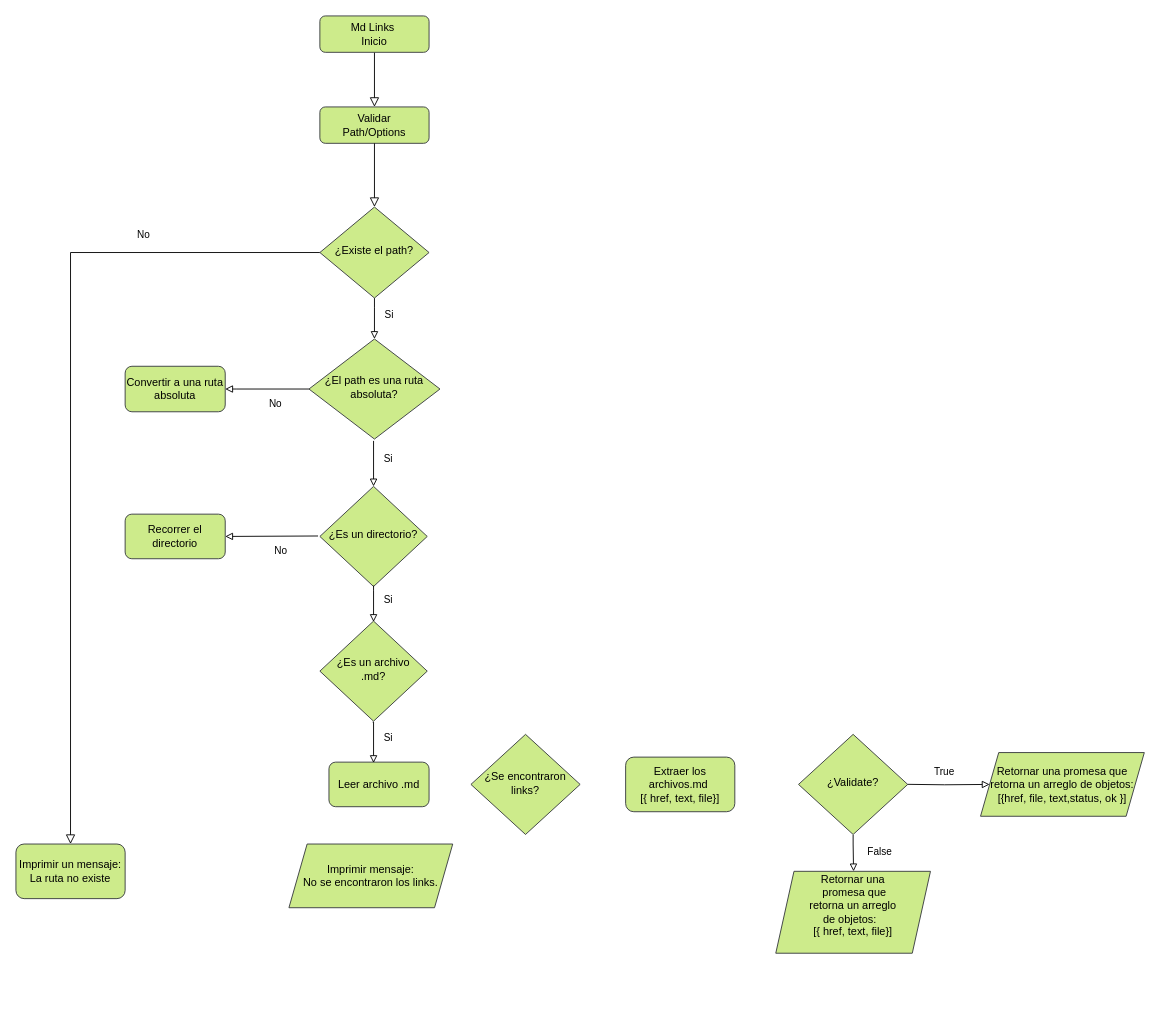
The draw.io diagram Diagrama sin título.drawio in Laboratoria/DEV003-md-links, before the edit. Source tidied: cells renumbered, new cells numbered last; positions are measured from the earlier drawing's top-left corner, leaving out a move shared by most shapes. Both pictures are drawn from the tidied source at 91%, with x=0, y=0 at pixel (15, 15).
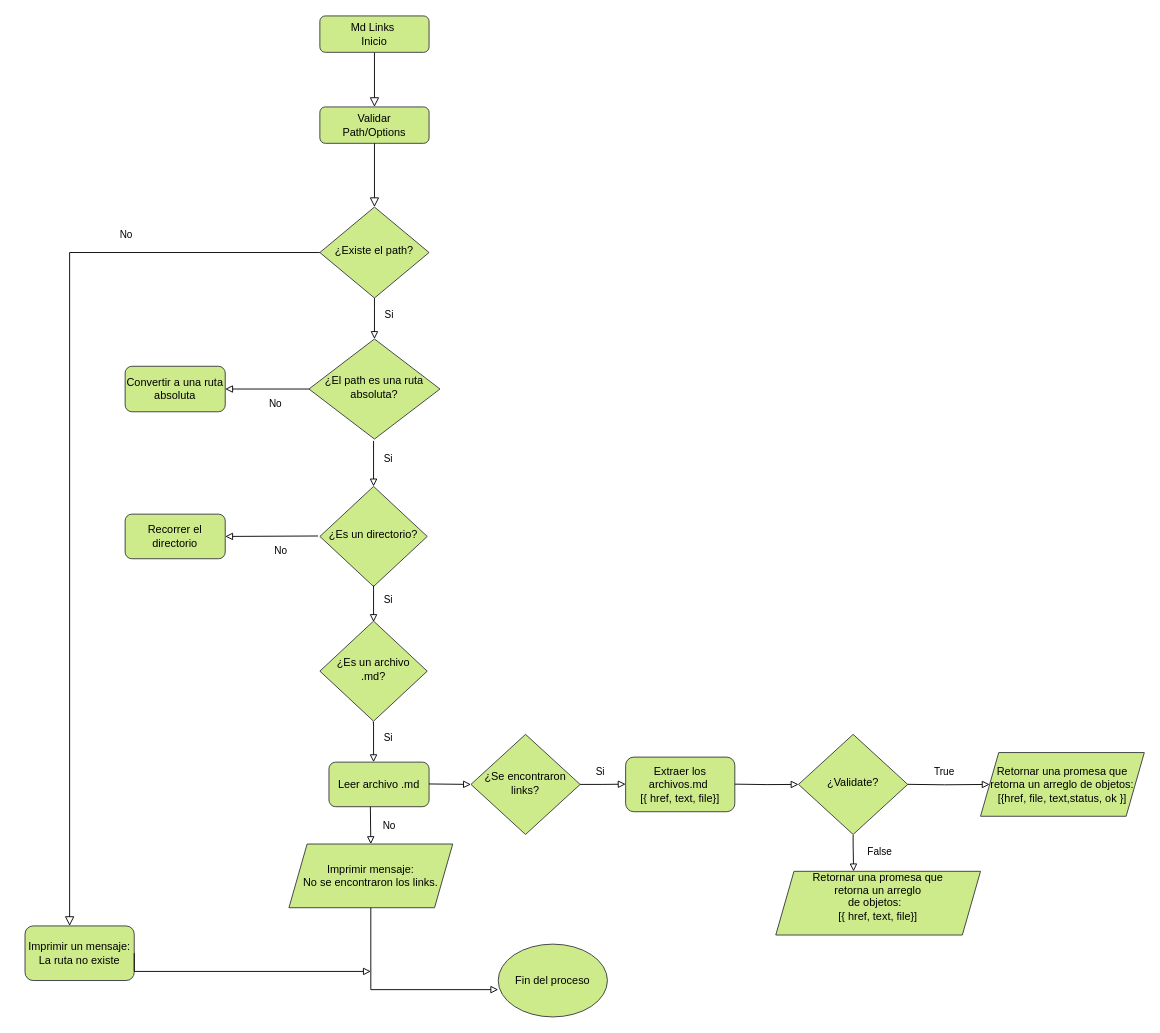
After the change.

Commit message (it also covers changes not shown here):
Actualizar Diagrama Flujo API.drawio

Unchanged cells that the change refers to:
```xml
<mxCell id="7" value="¿Existe el path?" style="rhombus;whiteSpace=wrap;html=1;shadow=0;fontFamily=Helvetica;fontSize=12;align=center;strokeWidth=1;spacing=6;spacingTop=-4;fillColor=#cdeb8b;strokeColor=#36393d;" parent="1" vertex="1">
  <mxGeometry x="334" y="210" width="120" height="100" as="geometry" />
</mxCell>
<mxCell id="17" value="¿Se encontraron links?" style="rhombus;whiteSpace=wrap;html=1;shadow=0;fontFamily=Helvetica;fontSize=12;align=center;strokeWidth=1;spacing=6;spacingTop=-4;fillColor=#cdeb8b;strokeColor=#36393d;" parent="1" vertex="1">
  <mxGeometry x="500" y="789.5" width="120" height="110" as="geometry" />
</mxCell>
<mxCell id="18" value="Imprimir mensaje:&lt;br&gt;No se encontraron los links." style="shape=parallelogram;perimeter=parallelogramPerimeter;whiteSpace=wrap;html=1;fixedSize=1;fillColor=#cdeb8b;strokeColor=#36393d;" parent="1" vertex="1">
  <mxGeometry x="300" y="910" width="180" height="70" as="geometry" />
</mxCell>
<mxCell id="21" value="¿Validate?" style="rhombus;whiteSpace=wrap;html=1;shadow=0;fontFamily=Helvetica;fontSize=12;align=center;strokeWidth=1;spacing=6;spacingTop=-4;fillColor=#cdeb8b;strokeColor=#36393d;" parent="1" vertex="1">
  <mxGeometry x="860" y="789.5" width="120" height="110" as="geometry" />
</mxCell>
```

The edit, as a diff of the source:
```diff
@@
-    <mxCell id="4" value="No" style="rounded=0;html=1;jettySize=auto;fontSize=11;endArrow=block;endFill=0;endSize=8;strokeWidth=1;shadow=0;labelBackgroundColor=none;edgeStyle=orthogonalEdgeStyle;exitX=0;exitY=0.5;exitDx=0;exitDy=0;entryX=0.5;entryY=0;entryDx=0;entryDy=0;" parent="1" edge="1" source="7" target="19">
+    <mxCell id="4" value="No" style="rounded=0;html=1;jettySize=auto;fontSize=11;endArrow=block;endFill=0;endSize=8;strokeWidth=1;shadow=0;labelBackgroundColor=none;edgeStyle=orthogonalEdgeStyle;exitX=0;exitY=0.5;exitDx=0;exitDy=0;" parent="1" edge="1" source="7">
       <mxGeometry x="-0.58" y="-20" relative="1" as="geometry">
+        <mxPoint x="59" y="1000" as="targetPoint" />
         <Array as="points">
-          <mxPoint x="60" y="260" />
+          <mxPoint x="59" y="260" />
         </Array>
       </mxGeometry>
     </mxCell>
@@
     <mxCell id="19" value="Imprimir un mensaje: La ruta no existe" style="rounded=1;whiteSpace=wrap;html=1;fillColor=#cdeb8b;strokeColor=#36393d;" parent="1" vertex="1">
-      <mxGeometry y="910" width="120" height="60" as="geometry" />
+      <mxGeometry x="10" y="1000" width="120" height="60" as="geometry" />
     </mxCell>
@@
-    <mxCell id="23" value="Retornar una&lt;br&gt;&amp;nbsp;promesa que&lt;br&gt;retorna un arreglo&lt;br&gt;&amp;nbsp;de objetos:&amp;nbsp; &amp;nbsp; &lt;br&gt;[{ href, text, file}]&lt;br&gt;&amp;nbsp;" style="shape=parallelogram;perimeter=parallelogramPerimeter;whiteSpace=wrap;html=1;fixedSize=1;fillColor=#cdeb8b;strokeColor=#36393d;" parent="1" vertex="1">
-      <mxGeometry x="835" y="940" width="170" height="90" as="geometry" />
+    <mxCell id="23" value="Retornar una promesa que&lt;br&gt;retorna un arreglo&lt;br&gt;&amp;nbsp;de objetos:&amp;nbsp; &amp;nbsp; &lt;br&gt;[{ href, text, file}]&lt;br&gt;&amp;nbsp;" style="shape=parallelogram;perimeter=parallelogramPerimeter;whiteSpace=wrap;html=1;fixedSize=1;fillColor=#cdeb8b;strokeColor=#36393d;" parent="1" vertex="1">
+      <mxGeometry x="835" y="940" width="225" height="70" as="geometry" />
     </mxCell>
@@
-    <mxCell id="25" value="Si" style="rounded=0;html=1;jettySize=auto;orthogonalLoop=1;fontSize=11;endArrow=block;endFill=0;strokeWidth=1;shadow=0;labelBackgroundColor=none;edgeStyle=orthogonalEdgeStyle;entryX=0.5;entryY=0;entryDx=0;entryDy=0;entryPerimeter=0;exitX=0.5;exitY=1;exitDx=0;exitDy=0;" parent="1" edge="1">
+    <mxCell id="25" value="Si" style="rounded=0;html=1;jettySize=auto;orthogonalLoop=1;fontSize=11;endArrow=block;endFill=0;strokeWidth=1;shadow=0;labelBackgroundColor=none;edgeStyle=orthogonalEdgeStyle;exitX=0.5;exitY=1;exitDx=0;exitDy=0;" parent="1" edge="1">
       <mxGeometry x="-0.2" y="16" relative="1" as="geometry">
         <mxPoint x="392" y="776" as="sourcePoint" />
-        <mxPoint x="393" y="821" as="targetPoint" />
+        <mxPoint x="393" y="820" as="targetPoint" />
         <Array as="points">
           <mxPoint x="393" y="776" />
         </Array>
       </mxGeometry>
     </mxCell>
@@
+    <mxCell id="29" style="rounded=0;html=1;jettySize=auto;fontSize=11;endArrow=block;endFill=0;strokeWidth=1;shadow=0;labelBackgroundColor=none;edgeStyle=orthogonalEdgeStyle;jumpSize=4;entryX=0;entryY=0.5;entryDx=0;entryDy=0;" parent="1" edge="1" target="21">
+      <mxGeometry x="-0.11" y="14" relative="1" as="geometry">
+        <mxPoint x="790" y="844.2" as="sourcePoint" />
+      </mxGeometry>
+    </mxCell>
+    <mxCell id="30" value="Si" style="rounded=0;html=1;jettySize=auto;fontSize=11;endArrow=block;endFill=0;strokeWidth=1;shadow=0;labelBackgroundColor=none;edgeStyle=orthogonalEdgeStyle;jumpSize=4;exitX=1;exitY=0.5;exitDx=0;exitDy=0;" parent="1" edge="1" source="17">
+      <mxGeometry x="-0.11" y="14" relative="1" as="geometry">
+        <mxPoint x="670" y="844.2" as="targetPoint" />
+      </mxGeometry>
+    </mxCell>
+    <mxCell id="31" style="rounded=0;html=1;jettySize=auto;fontSize=11;endArrow=block;endFill=0;strokeWidth=1;shadow=0;labelBackgroundColor=none;edgeStyle=orthogonalEdgeStyle;jumpSize=4;entryX=0;entryY=0.5;entryDx=0;entryDy=0;" parent="1" edge="1" target="17">
+      <mxGeometry x="-0.11" y="14" relative="1" as="geometry">
+        <mxPoint x="454" y="844" as="sourcePoint" />
+      </mxGeometry>
+    </mxCell>
+    <mxCell id="32" value="No" style="rounded=0;html=1;jettySize=auto;orthogonalLoop=1;fontSize=11;endArrow=block;endFill=0;strokeWidth=1;shadow=0;labelBackgroundColor=none;edgeStyle=orthogonalEdgeStyle;exitX=0.5;exitY=1;exitDx=0;exitDy=0;" parent="1" edge="1">
+      <mxGeometry x="0.04" y="20" relative="1" as="geometry">
+        <mxPoint x="389.5" y="869" as="sourcePoint" />
+        <mxPoint x="390" y="910" as="targetPoint" />
+        <Array as="points">
+          <mxPoint x="390.5" y="869" />
+        </Array>
+      </mxGeometry>
+    </mxCell>
+    <mxCell id="33" value="Fin del proceso" style="ellipse;whiteSpace=wrap;html=1;fillColor=#cdeb8b;strokeColor=#36393d;" parent="1" vertex="1">
+      <mxGeometry x="530" y="1020" width="120" height="80" as="geometry" />
+    </mxCell>
+    <mxCell id="34" style="rounded=0;html=1;jettySize=auto;fontSize=11;endArrow=block;endFill=0;strokeWidth=1;shadow=0;labelBackgroundColor=none;edgeStyle=orthogonalEdgeStyle;exitX=1;exitY=0.5;exitDx=0;exitDy=0;" parent="1" edge="1" source="19">
+      <mxGeometry x="-0.2" y="16" relative="1" as="geometry">
+        <mxPoint x="390" y="1050" as="targetPoint" />
+        <Array as="points">
+          <mxPoint x="130" y="1050" />
+        </Array>
+      </mxGeometry>
+    </mxCell>
+    <mxCell id="35" style="rounded=0;html=1;jettySize=auto;fontSize=11;endArrow=block;endFill=0;strokeWidth=1;shadow=0;labelBackgroundColor=none;edgeStyle=orthogonalEdgeStyle;exitX=0.5;exitY=1;exitDx=0;exitDy=0;entryX=0;entryY=0.625;entryDx=0;entryDy=0;entryPerimeter=0;" parent="1" edge="1" source="18" target="33">
+      <mxGeometry x="0.04" y="20" relative="1" as="geometry">
+        <Array as="points">
+          <mxPoint x="390" y="1070" />
+        </Array>
+      </mxGeometry>
+    </mxCell>
```
